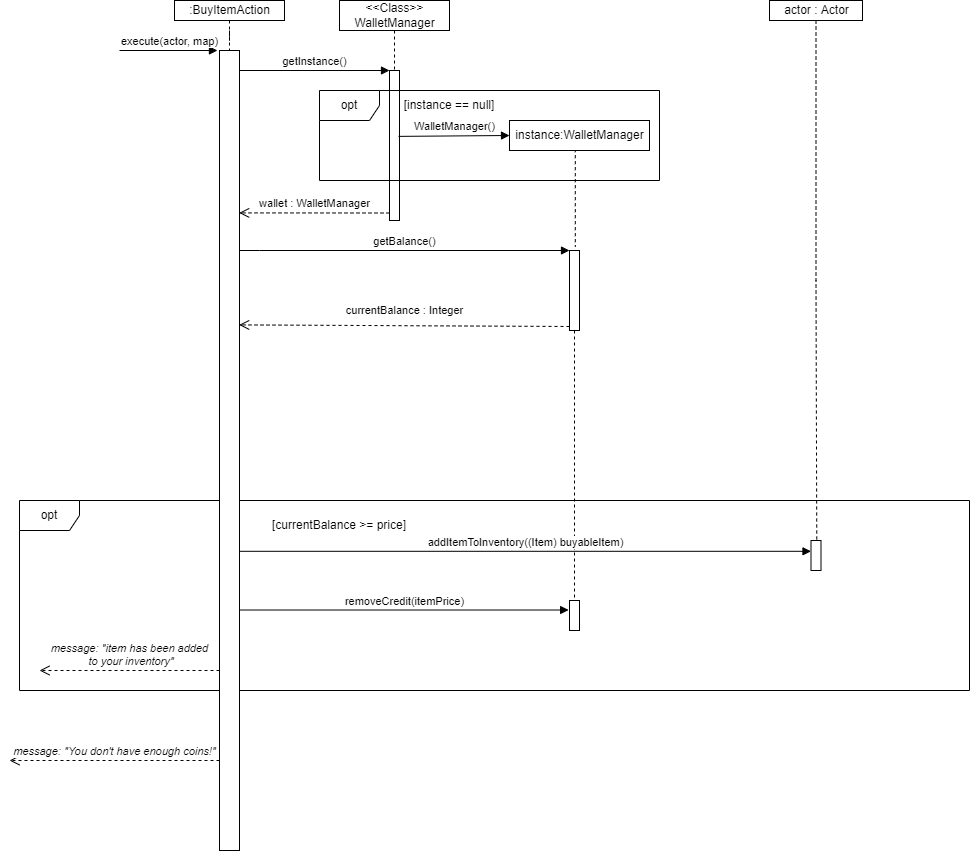
Earlier version of the draw.io export docs/BuyItemAction Sequence Diagram by Andy.png (IvanChann/Mario....). Source tidied: cells renumbered, new cells last; positions are measured from the earlier drawing's top-left corner, leaving out a move shared by most shapes.
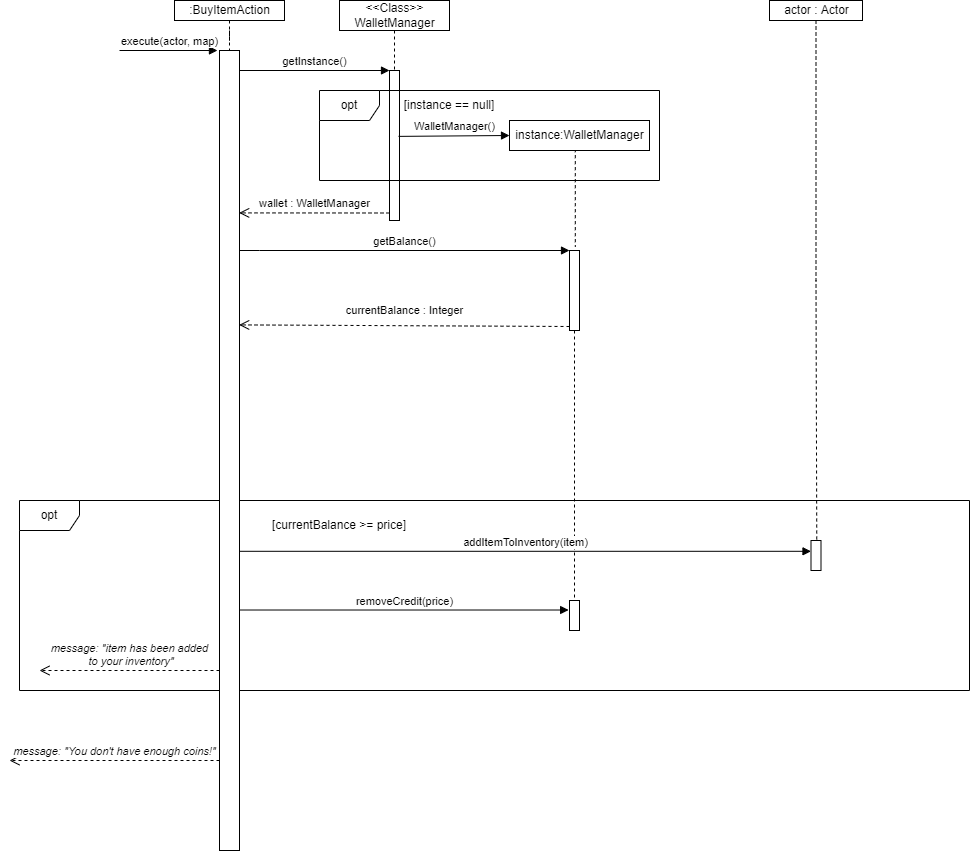
After the commit.

Commit message:
Fixed BuyItemAction sequence diagram

Diff of the diagram source:
```diff
@@ -92,13 +92,13 @@
     <mxCell id="25" style="html=1;points=[];perimeter=orthogonalPerimeter;" parent="1" vertex="1">
       <mxGeometry x="801.5" y="540" width="10" height="30" as="geometry" />
     </mxCell>
-    <mxCell id="26" value="addItemToInventory((Item) buyableItem)" style="html=1;verticalAlign=bottom;endArrow=block;rounded=0;exitX=0.983;exitY=0.626;exitDx=0;exitDy=0;exitPerimeter=0;" parent="1" edge="1" source="3" target="25">
+    <mxCell id="26" value="addItemToInventory(item)" style="html=1;verticalAlign=bottom;endArrow=block;rounded=0;exitX=0.983;exitY=0.626;exitDx=0;exitDy=0;exitPerimeter=0;" parent="1" edge="1" source="3" target="25">
       <mxGeometry relative="1" as="geometry" />
     </mxCell>
     <mxCell id="27" style="html=1;points=[];perimeter=orthogonalPerimeter;" parent="1" vertex="1">
       <mxGeometry x="560" y="600" width="10" height="30" as="geometry" />
     </mxCell>
-    <mxCell id="28" value="removeCredit(itemPrice)" style="html=1;verticalAlign=bottom;endArrow=block;entryX=-0.087;entryY=0.317;rounded=0;entryDx=0;entryDy=0;entryPerimeter=0;" parent="1" edge="1" source="3" target="27">
+    <mxCell id="28" value="removeCredit(price)" style="html=1;verticalAlign=bottom;endArrow=block;entryX=-0.087;entryY=0.317;rounded=0;entryDx=0;entryDy=0;entryPerimeter=0;" parent="1" edge="1" source="3" target="27">
       <mxGeometry relative="1" as="geometry" />
     </mxCell>
     <mxCell id="29" value="&lt;i&gt;message: &quot;You don't have enough coins!&quot;&lt;/i&gt;" style="html=1;verticalAlign=bottom;endArrow=open;dashed=1;endSize=8;rounded=0;" parent="1" edge="1">
```
